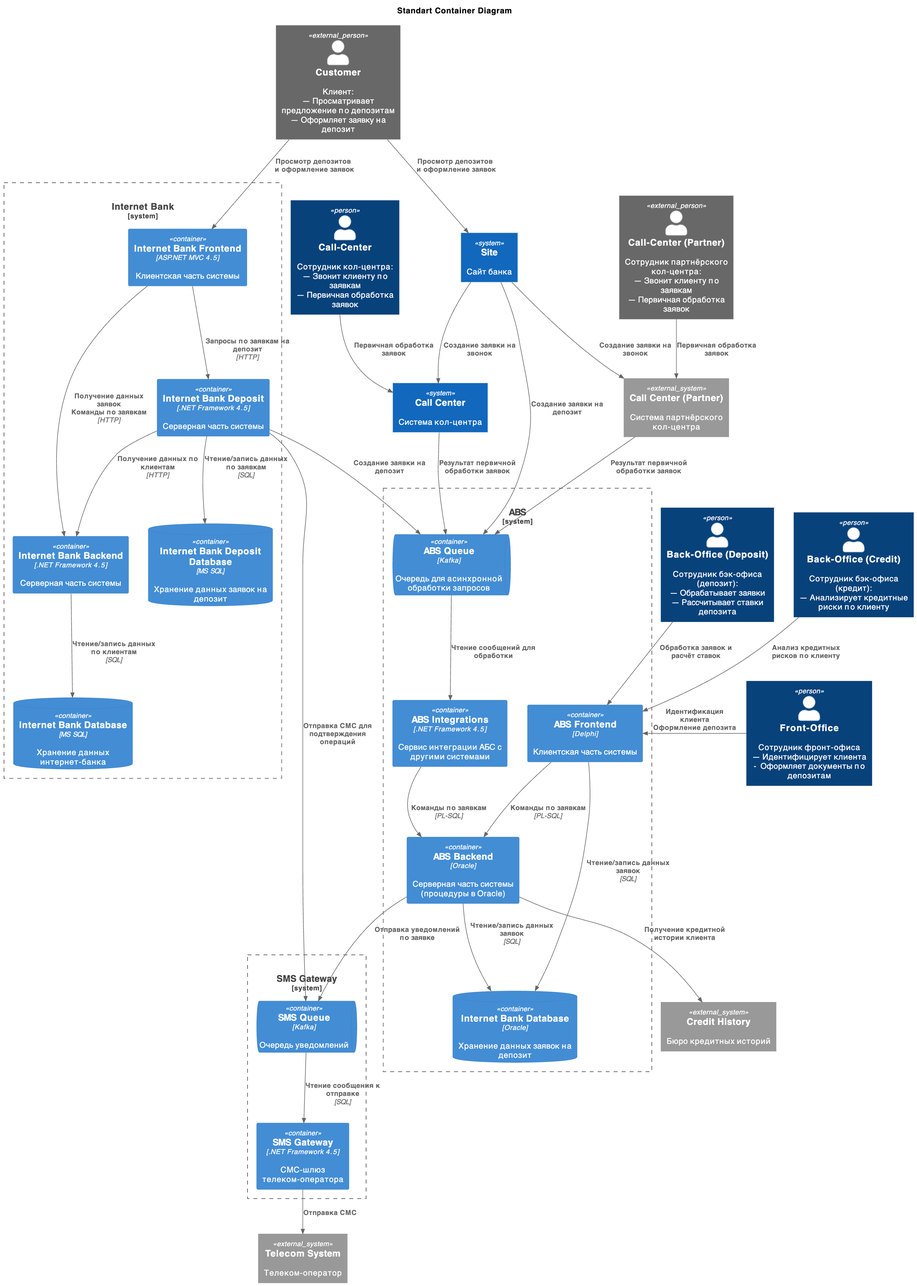
Above: Task3/Container.png in oreshkanet/ya-architecture-pro-standart (PlantUML), before the change. Its source is kept beside it as Task3/Container.puml.
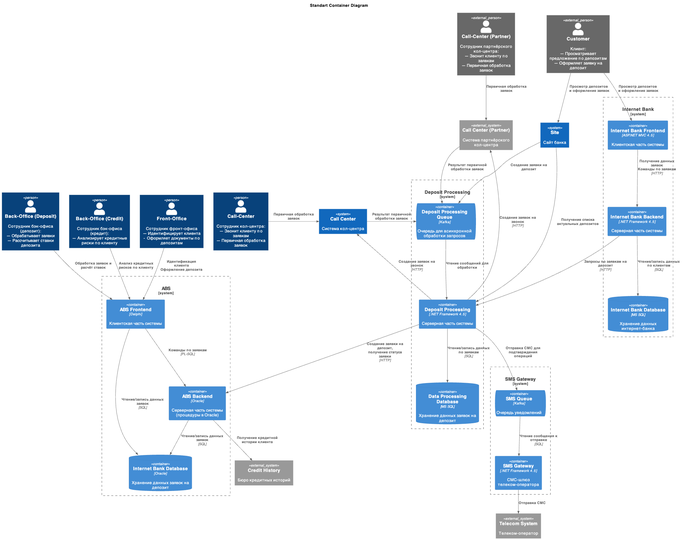
The same file after the commit.

The edit, as a diff of the source:
```diff
@@ -17,29 +17,28 @@
 System(CallCenterSystem, "Call Center", "Система кол-центра")
 System_Boundary(ABSSystem, "ABS", "Система АБС") {
     Container(ABSFrontend, "ABS Frontend", "Delphi", "Клиентская часть системы")
-    Container(ABSIntegrations, "ABS Integrations", ".NET Framework 4.5", "Сервис интеграции АБС с другими системами")
     Container(ABSBackend, "ABS Backend", "Oracle", "Серверная часть системы (процедуры в Oracle)")
     ContainerDb(ABSDatabase, "Internet Bank Database", "Oracle", "Хранение данных заявок на депозит")
-    ContainerQueue(ABSQueue, "ABS Queue", "Kafka", "Очередь для асинхронной обработки запросов")
 
     Rel(ABSFrontend, ABSBackend, "Команды по заявкам", "PL-SQL")
-    Rel(ABSIntegrations, ABSBackend, "Команды по заявкам", "PL-SQL")
-    Rel(ABSQueue, ABSIntegrations, "Чтение сообщений для обработки", "")
     Rel(ABSFrontend, ABSDatabase, "Чтение/запись данных заявок", "SQL")
     Rel(ABSBackend, ABSDatabase, "Чтение/запись данных заявок", "SQL")
 }
 System_Boundary(InternetBankSystem, "Internet Bank", "Интернет-банк") {
     Container(InternetBankFrontend, "Internet Bank Frontend", "ASP.NET MVC 4.5", "Клиентская часть системы")
     Container(InternetBankBackend, "Internet Bank Backend", ".NET Framework 4.5", "Серверная часть системы")
-    Container(InternetBankDeposit, "Internet Bank Deposit", ".NET Framework 4.5", "Серверная часть системы")
     ContainerDb(InternetBankDatabase, "Internet Bank Database", "MS SQL", "Хранение данных интернет-банка")
-    ContainerDb(InternetBankDepositDatabase, "Internet Bank Deposit Database", "MS SQL", "Хранение данных заявок на депозит")
 
     Rel(InternetBankFrontend, InternetBankBackend, "Получение данных заявок\nКоманды по заявкам", "HTTP")
     Rel(InternetBankBackend, InternetBankDatabase, "Чтение/запись данных по клиентам", "SQL")
-    Rel(InternetBankFrontend, InternetBankDeposit, "Запросы по заявкам на депозит", "HTTP")
-    Rel(InternetBankDeposit, InternetBankBackend, "Получение данных по клиентам", "HTTP")
-    Rel(InternetBankDeposit, InternetBankDepositDatabase, "Чтение/запись данных по заявкам", "SQL")
+}
+System_Boundary(DepositProcessingSystem, "Deposit Processing", "Процессинг депозитов") {
+    Container(DepositProcessing, "Deposit Processing", ".NET Framework 4.5", "Серверная часть системы")
+    ContainerDb(DepositProcessingDatabase, "Data Processing Database", "MS SQL", "Хранение данных заявок на депозит")
+    ContainerQueue(DepositProcessingQueue, "Deposit Processing Queue", "Kafka", "Очередь для асинхронной обработки запросов")
+
+    Rel(DepositProcessing, DepositProcessingDatabase, "Чтение/запись данных по заявкам", "SQL")
+    Rel(DepositProcessingQueue, DepositProcessing, "Чтение сообщений для обработки", "")
 }
 System(SiteSystem, "Site", "Сайт банка")
 System_Boundary(SMSGatewaySystem, "SMS Gateway", "СМС-шлюз телеком-оператора") {
@@ -51,25 +50,28 @@
 
 Rel(Customer, SiteSystem, "Просмотр депозитов\n и оформление заявок")
 Rel(Customer, InternetBankFrontend, "Просмотр депозитов\n и оформление заявок")
-Rel(CallCenterParnerUser, CallCenterPartnerSystem, "Первичная обработка заявок")
-Rel(CallCenterUser, CallCenterSystem, "Первичная обработка заявок")
+Rel_D(CallCenterParnerUser, CallCenterPartnerSystem, "Первичная обработка заявок")
+Rel_R(CallCenterUser, CallCenterSystem, "Первичная обработка заявок")
 Rel(BackOfficeDepositUser, ABSFrontend, "Обработка заявок и расчёт ставок")
 Rel(BackOfficeCreditUser, ABSFrontend, "Анализ кредитных рисков по клиенту")
-Rel_L(FrontOfficeUser, ABSFrontend, "Идентификация клиента\nОформление депозита")
+Rel(FrontOfficeUser, ABSFrontend, "Идентификация клиента\nОформление депозита")
 
-Rel(CallCenterSystem, ABSQueue, "Результат первичной обработки заявок")
-Rel(CallCenterPartnerSystem, ABSQueue, "Результат первичной обработки заявок")
+Rel(DepositProcessing, ABSBackend, "Создание заявки на депозит,\nполучение статуса заявки", "HTTP")
+Rel(DepositProcessing, CallCenterSystem, "Создание заявок на звонок", "HTTP")
+Rel_L(DepositProcessing, CallCenterPartnerSystem, "Создание заявок на звонок", "HTTP")
+
+
+Rel_R(CallCenterSystem, DepositProcessingQueue, "Результат первичной обработки заявок")
+Rel(CallCenterPartnerSystem, DepositProcessingQueue, "Результат первичной обработки заявок")
 
 Rel(SMSGateway, TelecomSystem, "Отправка СМС")
-Rel(SiteSystem, CallCenterPartnerSystem, "Создание заявки на звонок")
-Rel(SiteSystem, CallCenterSystem, "Создание заявки на звонок")
 
-Rel(ABSBackend, SMSGatewayQueue, "Отправка уведомлений по заявке")
 Rel(ABSBackend, CreditHistorySystem, "Получение кредитной истории клиента")
-Rel(InternetBankDeposit, SMSGatewayQueue, "Отправка СМС для подтверждения операций")
+Rel(DepositProcessing, SMSGatewayQueue, "Отправка СМС для подтверждения операций")
+Rel(InternetBankBackend, DepositProcessing, "Запросы по заявкам на депозит", "HTTP")
 
-Rel(InternetBankDeposit, ABSQueue, "Создание заявки на депозит")
-Rel(SiteSystem, ABSQueue, "Создание заявки на депозит")
+Rel(SiteSystem, DepositProcessingQueue, "Создание заявки на депозит")
+Rel(SiteSystem, DepositProcessing, "Получение списка актуальных депозитов")
 
 
 @enduml
```
